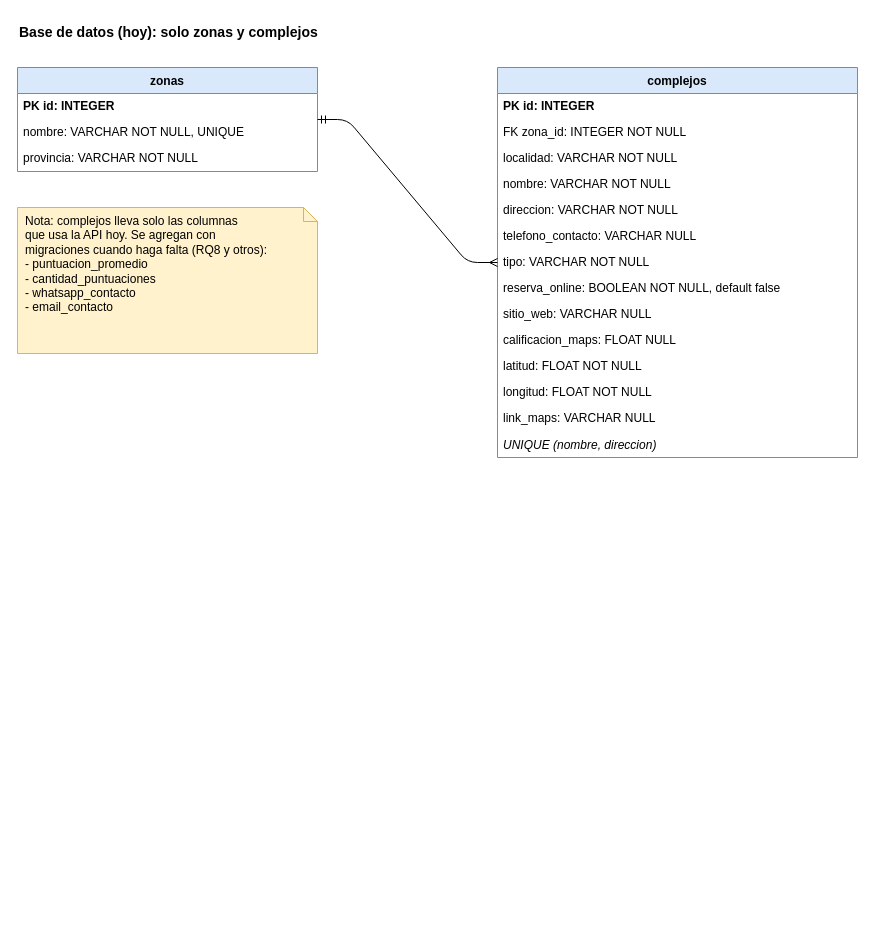
Above: docs/diagramas/base-de-datos.drawio in nvranco/fulvo (draw.io), before the change. Source tidied: cells renumbered, new cells numbered last; positions are measured from the earlier drawing's top-left corner, leaving out a move shared by most shapes. Both pictures are drawn from the tidied source at 100%, with x=0, y=0 at pixel (17, 17).
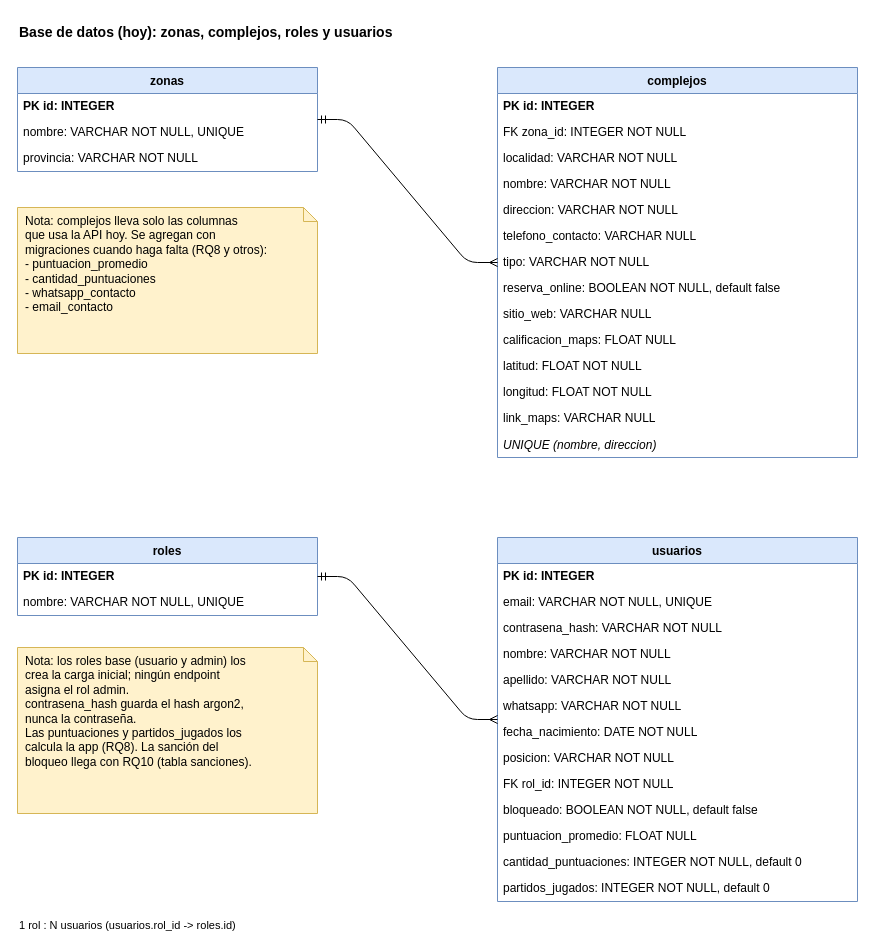
The same page after the edit.

Commit message (it also covers changes not shown here):
docs: sumo las tablas roles y usuarios a base-de-datos.md y al diagrama

Change to the diagram source:
```diff
@@
-    <mxCell id="22" value="Base de datos (hoy): solo zonas y complejos" style="text;html=1;align=left;fontStyle=1;fontSize=14;" parent="1" vertex="1">
+    <mxCell id="22" value="Base de datos (hoy): zonas, complejos, roles y usuarios" style="text;html=1;align=left;fontStyle=1;fontSize=14;" parent="1" vertex="1">
       <mxGeometry width="420" height="24" as="geometry" />
     </mxCell>
@@
+    <mxCell id="25" value="roles" style="swimlane;fontStyle=1;align=center;verticalAlign=top;horizontal=1;startSize=26;fillColor=#dae8fc;strokeColor=#6c8ebf;" parent="1" vertex="1">
+      <mxGeometry y="520" width="300" height="78" as="geometry" />
+    </mxCell>
+    <mxCell id="26" value="PK  id: INTEGER" style="text;strokeColor=none;fillColor=none;align=left;verticalAlign=middle;spacingLeft=4;spacingRight=4;overflow=hidden;whiteSpace=wrap;fontStyle=1;" parent="25" vertex="1">
+      <mxGeometry y="26" width="300" height="26" as="geometry" />
+    </mxCell>
+    <mxCell id="27" value="nombre: VARCHAR  NOT NULL, UNIQUE" style="text;strokeColor=none;fillColor=none;align=left;verticalAlign=middle;spacingLeft=4;spacingRight=4;overflow=hidden;whiteSpace=wrap;" parent="25" vertex="1">
+      <mxGeometry y="52" width="300" height="26" as="geometry" />
+    </mxCell>
+    <mxCell id="28" value="usuarios" style="swimlane;fontStyle=1;align=center;verticalAlign=top;horizontal=1;startSize=26;fillColor=#dae8fc;strokeColor=#6c8ebf;" parent="1" vertex="1">
+      <mxGeometry x="480" y="520" width="360" height="364" as="geometry" />
+    </mxCell>
+    <mxCell id="29" value="PK  id: INTEGER" style="text;strokeColor=none;fillColor=none;align=left;verticalAlign=middle;spacingLeft=4;spacingRight=4;overflow=hidden;whiteSpace=wrap;fontStyle=1;" parent="28" vertex="1">
+      <mxGeometry y="26" width="360" height="26" as="geometry" />
+    </mxCell>
+    <mxCell id="30" value="email: VARCHAR  NOT NULL, UNIQUE" style="text;strokeColor=none;fillColor=none;align=left;verticalAlign=middle;spacingLeft=4;spacingRight=4;overflow=hidden;whiteSpace=wrap;" parent="28" vertex="1">
+      <mxGeometry y="52" width="360" height="26" as="geometry" />
+    </mxCell>
+    <mxCell id="31" value="contrasena_hash: VARCHAR  NOT NULL" style="text;strokeColor=none;fillColor=none;align=left;verticalAlign=middle;spacingLeft=4;spacingRight=4;overflow=hidden;whiteSpace=wrap;" parent="28" vertex="1">
+      <mxGeometry y="78" width="360" height="26" as="geometry" />
+    </mxCell>
+    <mxCell id="32" value="nombre: VARCHAR  NOT NULL" style="text;strokeColor=none;fillColor=none;align=left;verticalAlign=middle;spacingLeft=4;spacingRight=4;overflow=hidden;whiteSpace=wrap;" parent="28" vertex="1">
+      <mxGeometry y="104" width="360" height="26" as="geometry" />
+    </mxCell>
+    <mxCell id="33" value="apellido: VARCHAR  NOT NULL" style="text;strokeColor=none;fillColor=none;align=left;verticalAlign=middle;spacingLeft=4;spacingRight=4;overflow=hidden;whiteSpace=wrap;" parent="28" vertex="1">
+      <mxGeometry y="130" width="360" height="26" as="geometry" />
+    </mxCell>
+    <mxCell id="34" value="whatsapp: VARCHAR  NOT NULL" style="text;strokeColor=none;fillColor=none;align=left;verticalAlign=middle;spacingLeft=4;spacingRight=4;overflow=hidden;whiteSpace=wrap;" parent="28" vertex="1">
+      <mxGeometry y="156" width="360" height="26" as="geometry" />
+    </mxCell>
+    <mxCell id="35" value="fecha_nacimiento: DATE  NOT NULL" style="text;strokeColor=none;fillColor=none;align=left;verticalAlign=middle;spacingLeft=4;spacingRight=4;overflow=hidden;whiteSpace=wrap;" parent="28" vertex="1">
+      <mxGeometry y="182" width="360" height="26" as="geometry" />
+    </mxCell>
+    <mxCell id="36" value="posicion: VARCHAR  NOT NULL" style="text;strokeColor=none;fillColor=none;align=left;verticalAlign=middle;spacingLeft=4;spacingRight=4;overflow=hidden;whiteSpace=wrap;" parent="28" vertex="1">
+      <mxGeometry y="208" width="360" height="26" as="geometry" />
+    </mxCell>
+    <mxCell id="37" value="FK  rol_id: INTEGER  NOT NULL" style="text;strokeColor=none;fillColor=none;align=left;verticalAlign=middle;spacingLeft=4;spacingRight=4;overflow=hidden;whiteSpace=wrap;" parent="28" vertex="1">
+      <mxGeometry y="234" width="360" height="26" as="geometry" />
+    </mxCell>
+    <mxCell id="38" value="bloqueado: BOOLEAN  NOT NULL, default false" style="text;strokeColor=none;fillColor=none;align=left;verticalAlign=middle;spacingLeft=4;spacingRight=4;overflow=hidden;whiteSpace=wrap;" parent="28" vertex="1">
+      <mxGeometry y="260" width="360" height="26" as="geometry" />
+    </mxCell>
+    <mxCell id="39" value="puntuacion_promedio: FLOAT  NULL" style="text;strokeColor=none;fillColor=none;align=left;verticalAlign=middle;spacingLeft=4;spacingRight=4;overflow=hidden;whiteSpace=wrap;" parent="28" vertex="1">
+      <mxGeometry y="286" width="360" height="26" as="geometry" />
+    </mxCell>
+    <mxCell id="40" value="cantidad_puntuaciones: INTEGER  NOT NULL, default 0" style="text;strokeColor=none;fillColor=none;align=left;verticalAlign=middle;spacingLeft=4;spacingRight=4;overflow=hidden;whiteSpace=wrap;" parent="28" vertex="1">
+      <mxGeometry y="312" width="360" height="26" as="geometry" />
+    </mxCell>
+    <mxCell id="41" value="partidos_jugados: INTEGER  NOT NULL, default 0" style="text;strokeColor=none;fillColor=none;align=left;verticalAlign=middle;spacingLeft=4;spacingRight=4;overflow=hidden;whiteSpace=wrap;" parent="28" vertex="1">
+      <mxGeometry y="338" width="360" height="26" as="geometry" />
+    </mxCell>
+    <mxCell id="42" style="edgeStyle=entityRelationEdgeStyle;endArrow=ERmany;startArrow=ERmandOne;endFill=0;startFill=0;" parent="1" edge="1" source="25" target="28">
+      <mxGeometry relative="1" as="geometry" />
+    </mxCell>
+    <mxCell id="43" value="1 rol : N usuarios (usuarios.rol_id -&gt; roles.id)" style="text;html=1;align=left;fontSize=11;" parent="1" vertex="1">
+      <mxGeometry y="895" width="420" height="20" as="geometry" />
+    </mxCell>
+    <mxCell id="44" value="Nota: los roles base (usuario y admin) los&#10;crea la carga inicial; ningún endpoint&#10;asigna el rol admin.&#10;contrasena_hash guarda el hash argon2,&#10;nunca la contraseña.&#10;Las puntuaciones y partidos_jugados los&#10;calcula la app (RQ8). La sanción del&#10;bloqueo llega con RQ10 (tabla sanciones)." style="shape=note;whiteSpace=wrap;html=1;align=left;verticalAlign=top;spacingLeft=6;fillColor=#fff2cc;strokeColor=#d6b656;size=14;" parent="1" vertex="1">
+      <mxGeometry y="630" width="300" height="166" as="geometry" />
+    </mxCell>
```
